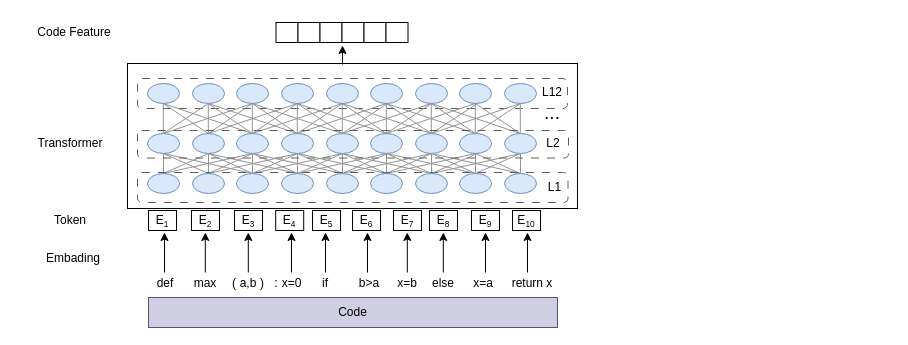
Above: spark.drawio in zouqg/praticegit (draw.io), before the change. Source tidied: cells renumbered, new cells numbered last; positions are measured from the earlier drawing's top-left corner, leaving out a move shared by most shapes. Both pictures are drawn from the tidied source at 100%, with x=0, y=0 at pixel (17, 17).
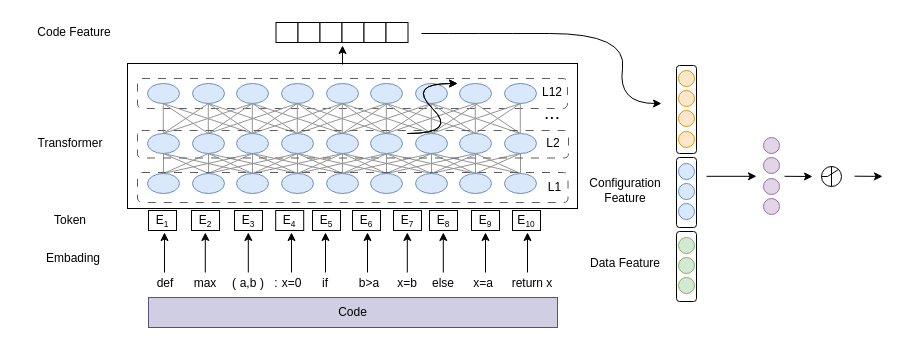
The same diagram, later.

Change to the diagram source:
```diff
@@
+    <mxCell id="163" style="curved=1;endArrow=classic;html=1;rounded=0;" parent="1" edge="1">
+      <mxGeometry relative="1" as="geometry">
+        <mxPoint x="390" y="116" as="sourcePoint" />
+        <mxPoint x="440" y="66" as="targetPoint" />
+        <Array as="points">
+          <mxPoint x="440" y="116" />
+          <mxPoint x="390" y="66" />
+        </Array>
+      </mxGeometry>
+    </mxCell>
+    <mxCell id="164" style="curved=1;endArrow=classic;html=1;rounded=0;" parent="1" edge="1">
+      <mxGeometry relative="1" as="geometry">
+        <mxPoint x="390" y="116" as="sourcePoint" />
+        <mxPoint x="440" y="66" as="targetPoint" />
+        <Array as="points">
+          <mxPoint x="440" y="116" />
+          <mxPoint x="390" y="66" />
+        </Array>
+      </mxGeometry>
+    </mxCell>
+    <mxCell id="165" style="curved=1;endArrow=classic;html=1;rounded=0;" parent="1" edge="1">
+      <mxGeometry relative="1" as="geometry">
+        <mxPoint x="404" y="16" as="sourcePoint" />
+        <mxPoint x="644" y="86" as="targetPoint" />
+        <Array as="points">
+          <mxPoint x="454" y="16" />
+          <mxPoint x="610" y="16" />
+          <mxPoint x="600" y="86" />
+        </Array>
+      </mxGeometry>
+    </mxCell>
+    <mxCell id="166" style="group;" parent="1" vertex="1">
+      <mxGeometry x="659" y="48" width="20" height="236" as="geometry" />
+    </mxCell>
+    <mxCell id="167" style="rounded=1;whiteSpace=wrap;html=1;" parent="166" vertex="1">
+      <mxGeometry y="92" width="20" height="70" as="geometry" />
+    </mxCell>
+    <mxCell id="168" style="rounded=1;whiteSpace=wrap;html=1;" parent="166" vertex="1">
+      <mxGeometry width="20" height="88" as="geometry" />
+    </mxCell>
+    <mxCell id="169" style="ellipse;whiteSpace=wrap;html=1;fillColor=#ffe6cc;strokeColor=#d79b00;" parent="166" vertex="1">
+      <mxGeometry x="2" y="5" width="16" height="16" as="geometry" />
+    </mxCell>
+    <mxCell id="170" style="ellipse;whiteSpace=wrap;html=1;fillColor=#ffe6cc;strokeColor=#d79b00;" parent="166" vertex="1">
+      <mxGeometry x="2" y="25" width="16" height="16" as="geometry" />
+    </mxCell>
+    <mxCell id="171" style="ellipse;whiteSpace=wrap;html=1;fillColor=#ffe6cc;strokeColor=#d79b00;" parent="166" vertex="1">
+      <mxGeometry x="2" y="45" width="16" height="16" as="geometry" />
+    </mxCell>
+    <mxCell id="172" style="ellipse;whiteSpace=wrap;html=1;fillColor=#ffe6cc;strokeColor=#d79b00;" parent="166" vertex="1">
+      <mxGeometry x="2" y="66" width="16" height="16" as="geometry" />
+    </mxCell>
+    <mxCell id="173" style="ellipse;whiteSpace=wrap;html=1;fillColor=#dae8fc;strokeColor=#6c8ebf;" parent="166" vertex="1">
+      <mxGeometry x="2" y="98" width="16" height="16" as="geometry" />
+    </mxCell>
+    <mxCell id="174" style="ellipse;whiteSpace=wrap;html=1;fillColor=#dae8fc;strokeColor=#6c8ebf;" parent="166" vertex="1">
+      <mxGeometry x="2" y="118" width="16" height="16" as="geometry" />
+    </mxCell>
+    <mxCell id="175" style="ellipse;whiteSpace=wrap;html=1;fillColor=#dae8fc;strokeColor=#6c8ebf;" parent="166" vertex="1">
+      <mxGeometry x="2" y="138" width="16" height="16" as="geometry" />
+    </mxCell>
+    <mxCell id="176" style="rounded=1;whiteSpace=wrap;html=1;" parent="166" vertex="1">
+      <mxGeometry y="166" width="20" height="70" as="geometry" />
+    </mxCell>
+    <mxCell id="177" style="ellipse;whiteSpace=wrap;html=1;fillColor=#d5e8d4;strokeColor=#82b366;" parent="166" vertex="1">
+      <mxGeometry x="2" y="172" width="16" height="16" as="geometry" />
+    </mxCell>
+    <mxCell id="178" style="ellipse;whiteSpace=wrap;html=1;fillColor=#d5e8d4;strokeColor=#82b366;" parent="166" vertex="1">
+      <mxGeometry x="2" y="192" width="16" height="16" as="geometry" />
+    </mxCell>
+    <mxCell id="179" style="ellipse;whiteSpace=wrap;html=1;fillColor=#d5e8d4;strokeColor=#82b366;" parent="166" vertex="1">
+      <mxGeometry x="2" y="212" width="16" height="16" as="geometry" />
+    </mxCell>
+    <mxCell id="180" value="Configuration Feature" style="text;html=1;strokeColor=none;fillColor=none;align=center;verticalAlign=middle;whiteSpace=wrap;rounded=0;" parent="1" vertex="1">
+      <mxGeometry x="550.5" y="158" width="114" height="30" as="geometry" />
+    </mxCell>
+    <mxCell id="181" value="Data Feature" style="text;html=1;strokeColor=none;fillColor=none;align=center;verticalAlign=middle;whiteSpace=wrap;rounded=0;" parent="1" vertex="1">
+      <mxGeometry x="551" y="231" width="114" height="30" as="geometry" />
+    </mxCell>
+    <mxCell id="182" style="ellipse;whiteSpace=wrap;html=1;fillColor=#e1d5e7;strokeColor=#9673a6;" parent="1" vertex="1">
+      <mxGeometry x="746" y="120" width="16" height="16" as="geometry" />
+    </mxCell>
+    <mxCell id="183" style="ellipse;whiteSpace=wrap;html=1;fillColor=#e1d5e7;strokeColor=#9673a6;" parent="1" vertex="1">
+      <mxGeometry x="746" y="140" width="16" height="16" as="geometry" />
+    </mxCell>
+    <mxCell id="184" style="ellipse;whiteSpace=wrap;html=1;fillColor=#e1d5e7;strokeColor=#9673a6;" parent="1" vertex="1">
+      <mxGeometry x="746" y="161" width="16" height="16" as="geometry" />
+    </mxCell>
+    <mxCell id="185" style="ellipse;whiteSpace=wrap;html=1;fillColor=#e1d5e7;strokeColor=#9673a6;" parent="1" vertex="1">
+      <mxGeometry x="746" y="181" width="16" height="16" as="geometry" />
+    </mxCell>
+    <mxCell id="186" style="endArrow=classic;html=1;rounded=0;" parent="1" edge="1">
+      <mxGeometry relative="1" as="geometry">
+        <mxPoint x="689" y="158.8" as="sourcePoint" />
+        <mxPoint x="739" y="158.8" as="targetPoint" />
+      </mxGeometry>
+    </mxCell>
+    <mxCell id="187" style="ellipse;whiteSpace=wrap;html=1;" parent="1" vertex="1">
+      <mxGeometry x="804" y="149" width="20" height="20" as="geometry" />
+    </mxCell>
+    <mxCell id="188" style="endArrow=classic;html=1;rounded=0;" parent="1" edge="1">
+      <mxGeometry relative="1" as="geometry">
+        <mxPoint x="767" y="158.8" as="sourcePoint" />
+        <mxPoint x="795" y="159" as="targetPoint" />
+      </mxGeometry>
+    </mxCell>
+    <mxCell id="189" style="endArrow=none;html=1;rounded=0;entryX=1;entryY=0;entryDx=0;entryDy=0;" parent="1" edge="1" target="187">
+      <mxGeometry relative="1" as="geometry">
+        <mxPoint x="810" y="159" as="sourcePoint" />
+      </mxGeometry>
+    </mxCell>
+    <mxCell id="190" style="endArrow=none;html=1;rounded=0;entryX=0.5;entryY=0;entryDx=0;entryDy=0;exitX=0.5;exitY=1;exitDx=0;exitDy=0;" parent="1" edge="1" source="187" target="187">
+      <mxGeometry relative="1" as="geometry" />
+    </mxCell>
+    <mxCell id="191" style="endArrow=none;html=1;rounded=0;entryX=0;entryY=0.5;entryDx=0;entryDy=0;" parent="1" edge="1" target="187">
+      <mxGeometry relative="1" as="geometry">
+        <mxPoint x="810" y="159" as="sourcePoint" />
+      </mxGeometry>
+    </mxCell>
+    <mxCell id="192" style="endArrow=classic;html=1;rounded=0;" parent="1" edge="1">
+      <mxGeometry relative="1" as="geometry">
+        <mxPoint x="837" y="158.7" as="sourcePoint" />
+        <mxPoint x="865" y="158.9" as="targetPoint" />
+      </mxGeometry>
+    </mxCell>
```
